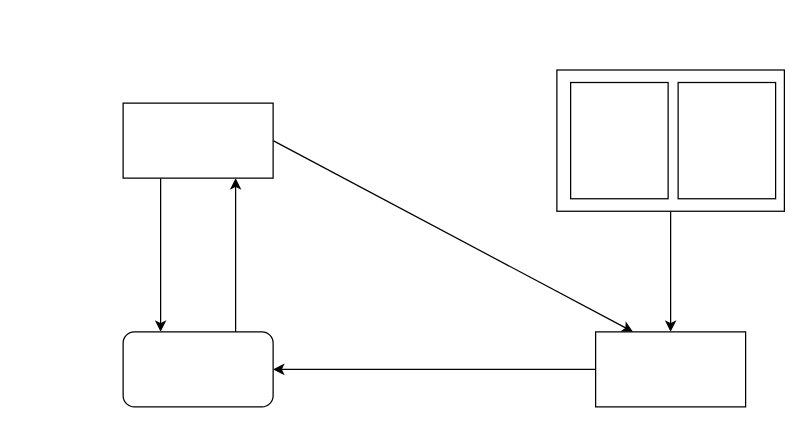
Earlier version of the draw.io diagram 软考.drawio (xiaodongYao/DrawIO). Source tidied: cells renumbered, new cells numbered last; positions are measured from the earlier drawing's top-left corner, leaving out a move shared by most shapes. Both pictures are drawn from the tidied source at 125%, with x=0, y=0 at pixel (122, 70).
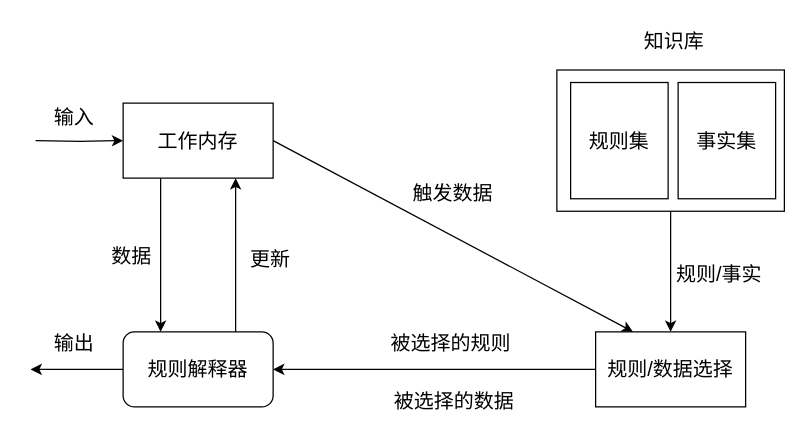
After the change.

The edit, as a diff of the source:
```diff
@@
-    <mxCell id="2" style="rounded=0;jettySize=auto;html=1;exitX=1;exitY=0.5;exitDx=0;exitDy=0;entryX=0.25;entryY=0;entryDx=0;entryDy=0;" parent="1" edge="1" source="4" target="6">
+    <mxCell id="2" style="rounded=0;jettySize=auto;html=1;exitX=1;exitY=0.5;exitDx=0;exitDy=0;entryX=0.25;entryY=0;entryDx=0;entryDy=0;fontSize=16;" parent="1" edge="1" source="4" target="6">
       <mxGeometry relative="1" as="geometry" />
     </mxCell>
-    <mxCell id="3" style="edgeStyle=orthogonalEdgeStyle;rounded=0;jettySize=auto;html=1;exitX=0.25;exitY=1;exitDx=0;exitDy=0;entryX=0.25;entryY=0;entryDx=0;entryDy=0;" parent="1" edge="1" source="4" target="8">
+    <mxCell id="3" style="edgeStyle=orthogonalEdgeStyle;rounded=0;jettySize=auto;html=1;exitX=0.25;exitY=1;exitDx=0;exitDy=0;entryX=0.25;entryY=0;entryDx=0;entryDy=0;fontSize=16;" parent="1" edge="1" source="4" target="8">
       <mxGeometry relative="1" as="geometry" />
     </mxCell>
-    <mxCell id="4" style="rounded=0;whiteSpace=wrap;html=1;" parent="1" vertex="1">
+    <mxCell id="4" value="工作内存" style="rounded=0;whiteSpace=wrap;html=1;fontSize=16;" parent="1" vertex="1">
       <mxGeometry y="26" width="120" height="60" as="geometry" />
     </mxCell>
-    <mxCell id="5" style="edgeStyle=orthogonalEdgeStyle;rounded=0;jettySize=auto;html=1;exitX=0;exitY=0.5;exitDx=0;exitDy=0;entryX=1;entryY=0.5;entryDx=0;entryDy=0;" parent="1" edge="1" source="6" target="8">
+    <mxCell id="5" style="edgeStyle=orthogonalEdgeStyle;rounded=0;jettySize=auto;html=1;exitX=0;exitY=0.5;exitDx=0;exitDy=0;entryX=1;entryY=0.5;entryDx=0;entryDy=0;fontSize=16;" parent="1" edge="1" source="6" target="8">
       <mxGeometry relative="1" as="geometry" />
     </mxCell>
-    <mxCell id="6" style="rounded=0;whiteSpace=wrap;html=1;" parent="1" vertex="1">
+    <mxCell id="6" value="规则/数据选择" style="rounded=0;whiteSpace=wrap;html=1;fontSize=16;" parent="1" vertex="1">
       <mxGeometry x="378" y="209" width="120" height="60" as="geometry" />
     </mxCell>
-    <mxCell id="7" style="edgeStyle=orthogonalEdgeStyle;rounded=0;jettySize=auto;html=1;exitX=0.75;exitY=0;exitDx=0;exitDy=0;entryX=0.75;entryY=1;entryDx=0;entryDy=0;" parent="1" edge="1" source="8" target="4">
+    <mxCell id="7" style="edgeStyle=orthogonalEdgeStyle;rounded=0;jettySize=auto;html=1;exitX=0.75;exitY=0;exitDx=0;exitDy=0;entryX=0.75;entryY=1;entryDx=0;entryDy=0;fontSize=16;" parent="1" edge="1" source="8" target="4">
       <mxGeometry relative="1" as="geometry" />
     </mxCell>
+    <mxCell id="13" style="edgeStyle=orthogonalEdgeStyle;rounded=0;jettySize=auto;html=1;fontSize=16;" parent="1" edge="1" source="8">
+      <mxGeometry relative="1" as="geometry">
+        <mxPoint x="-74" y="239" as="targetPoint" />
+      </mxGeometry>
+    </mxCell>
-    <mxCell id="8" style="rounded=1;whiteSpace=wrap;html=1;" parent="1" vertex="1">
+    <mxCell id="8" value="规则解释器" style="rounded=1;whiteSpace=wrap;html=1;fontSize=16;" parent="1" vertex="1">
       <mxGeometry y="209" width="120" height="60" as="geometry" />
     </mxCell>
-    <mxCell id="9" style="edgeStyle=orthogonalEdgeStyle;rounded=0;jettySize=auto;html=1;" parent="1" edge="1" source="10" target="6">
+    <mxCell id="9" style="edgeStyle=orthogonalEdgeStyle;rounded=0;jettySize=auto;html=1;fontSize=16;" parent="1" edge="1" source="10" target="6">
       <mxGeometry relative="1" as="geometry" />
     </mxCell>
-    <mxCell id="10" style="rounded=0;whiteSpace=wrap;html=1;" parent="1" vertex="1">
+    <mxCell id="10" style="rounded=0;whiteSpace=wrap;html=1;fontSize=16;" parent="1" vertex="1">
       <mxGeometry x="347" y="-0.5" width="182" height="113" as="geometry" />
     </mxCell>
-    <mxCell id="11" style="rounded=0;whiteSpace=wrap;html=1;" parent="1" vertex="1">
+    <mxCell id="11" value="规则集" style="rounded=0;whiteSpace=wrap;html=1;fontSize=16;" parent="1" vertex="1">
       <mxGeometry x="358" y="9.5" width="78" height="93" as="geometry" />
     </mxCell>
-    <mxCell id="12" style="rounded=0;whiteSpace=wrap;html=1;" parent="1" vertex="1">
+    <mxCell id="12" value="事实集" style="rounded=0;whiteSpace=wrap;html=1;fontSize=16;" parent="1" vertex="1">
       <mxGeometry x="444" y="9.5" width="78" height="93" as="geometry" />
     </mxCell>
+    <mxCell id="14" style="edgeStyle=orthogonalEdgeStyle;rounded=0;jettySize=auto;html=1;fontSize=16;" parent="1" edge="1" target="4">
+      <mxGeometry relative="1" as="geometry">
+        <mxPoint x="-70" y="56" as="sourcePoint" />
+      </mxGeometry>
+    </mxCell>
+    <mxCell id="15" value="输入" style="text;html=1;strokeColor=none;fillColor=none;align=center;verticalAlign=middle;whiteSpace=wrap;rounded=0;fontSize=16;" parent="1" vertex="1">
+      <mxGeometry x="-69" y="22" width="60" height="30" as="geometry" />
+    </mxCell>
+    <mxCell id="16" value="输出" style="text;html=1;strokeColor=none;fillColor=none;align=center;verticalAlign=middle;whiteSpace=wrap;rounded=0;fontSize=16;" parent="1" vertex="1">
+      <mxGeometry x="-69" y="203" width="60" height="30" as="geometry" />
+    </mxCell>
+    <mxCell id="17" value="数据" style="text;html=1;strokeColor=none;fillColor=none;align=center;verticalAlign=middle;whiteSpace=wrap;rounded=0;fontSize=16;" parent="1" vertex="1">
+      <mxGeometry x="-23" y="133" width="60" height="30" as="geometry" />
+    </mxCell>
+    <mxCell id="18" value="更新" style="text;html=1;strokeColor=none;fillColor=none;align=center;verticalAlign=middle;whiteSpace=wrap;rounded=0;fontSize=16;" parent="1" vertex="1">
+      <mxGeometry x="88" y="136" width="60" height="30" as="geometry" />
+    </mxCell>
+    <mxCell id="19" value="知识库" style="text;html=1;strokeColor=none;fillColor=none;align=center;verticalAlign=middle;whiteSpace=wrap;rounded=0;fontSize=16;" parent="1" vertex="1">
+      <mxGeometry x="411" y="-39" width="60" height="30" as="geometry" />
+    </mxCell>
+    <mxCell id="20" value="规则/事实" style="text;html=1;strokeColor=none;fillColor=none;align=center;verticalAlign=middle;whiteSpace=wrap;rounded=0;fontSize=16;" parent="1" vertex="1">
+      <mxGeometry x="438" y="148" width="78" height="30" as="geometry" />
+    </mxCell>
+    <mxCell id="21" value="被选择的数据" style="text;html=1;strokeColor=none;fillColor=none;align=center;verticalAlign=middle;whiteSpace=wrap;rounded=0;fontSize=16;" parent="1" vertex="1">
+      <mxGeometry x="209" y="249" width="112" height="30" as="geometry" />
+    </mxCell>
+    <mxCell id="22" value="被选择的规则" style="text;html=1;strokeColor=none;fillColor=none;align=center;verticalAlign=middle;whiteSpace=wrap;rounded=0;fontSize=16;" parent="1" vertex="1">
+      <mxGeometry x="209" y="203" width="107" height="30" as="geometry" />
+    </mxCell>
+    <mxCell id="23" value="触发数据" style="text;html=1;strokeColor=none;fillColor=none;align=center;verticalAlign=middle;whiteSpace=wrap;rounded=0;fontSize=16;" parent="1" vertex="1">
+      <mxGeometry x="229" y="82.5" width="70" height="30" as="geometry" />
+    </mxCell>
```
